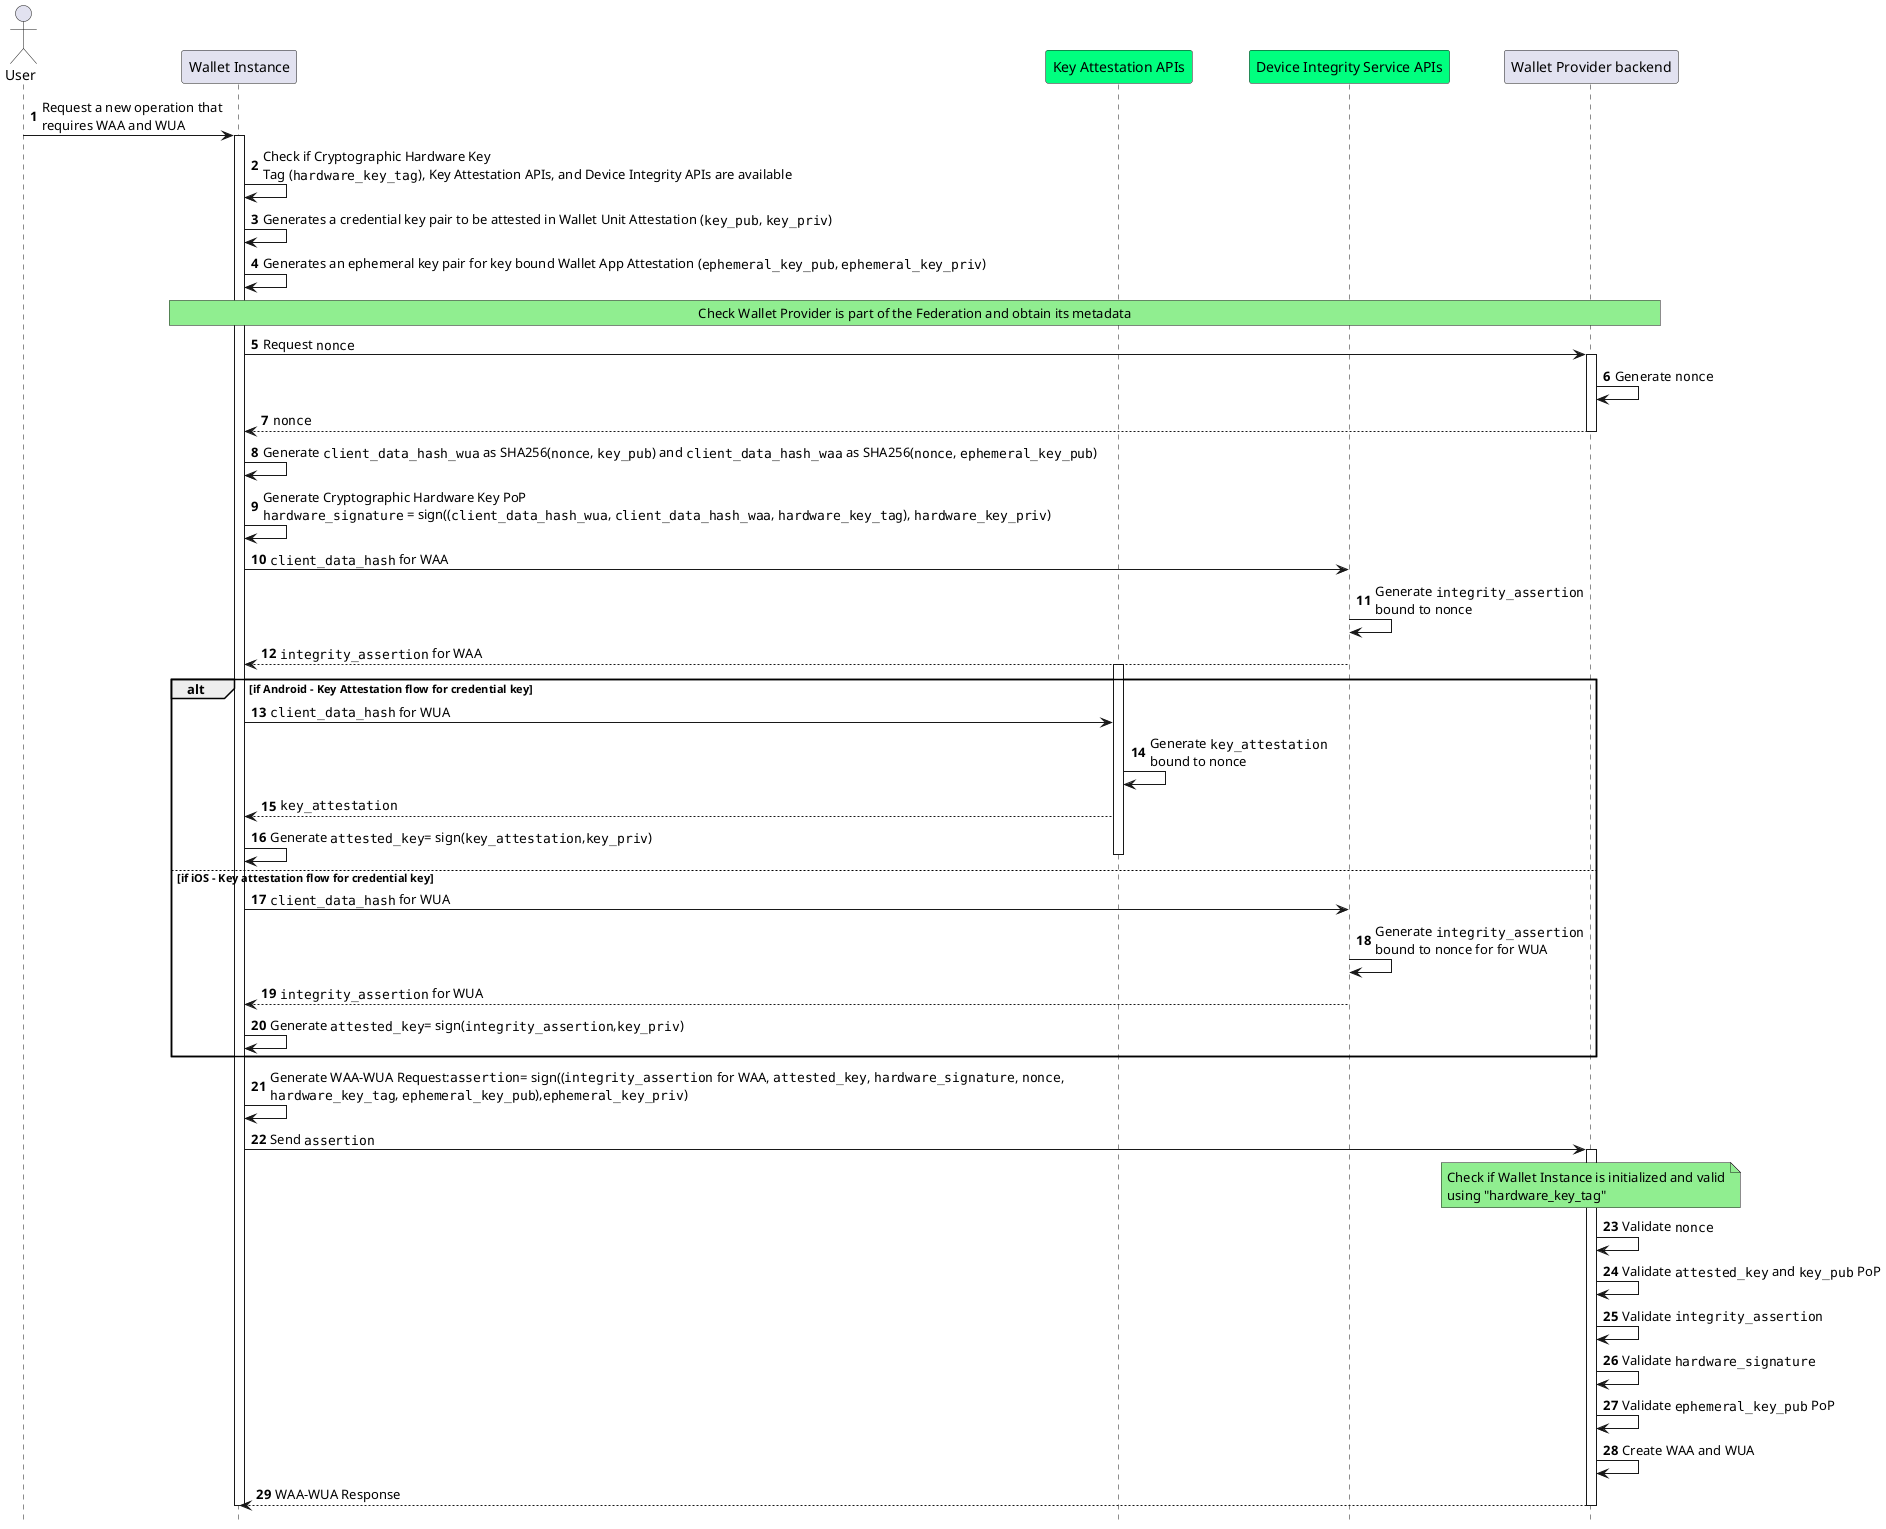
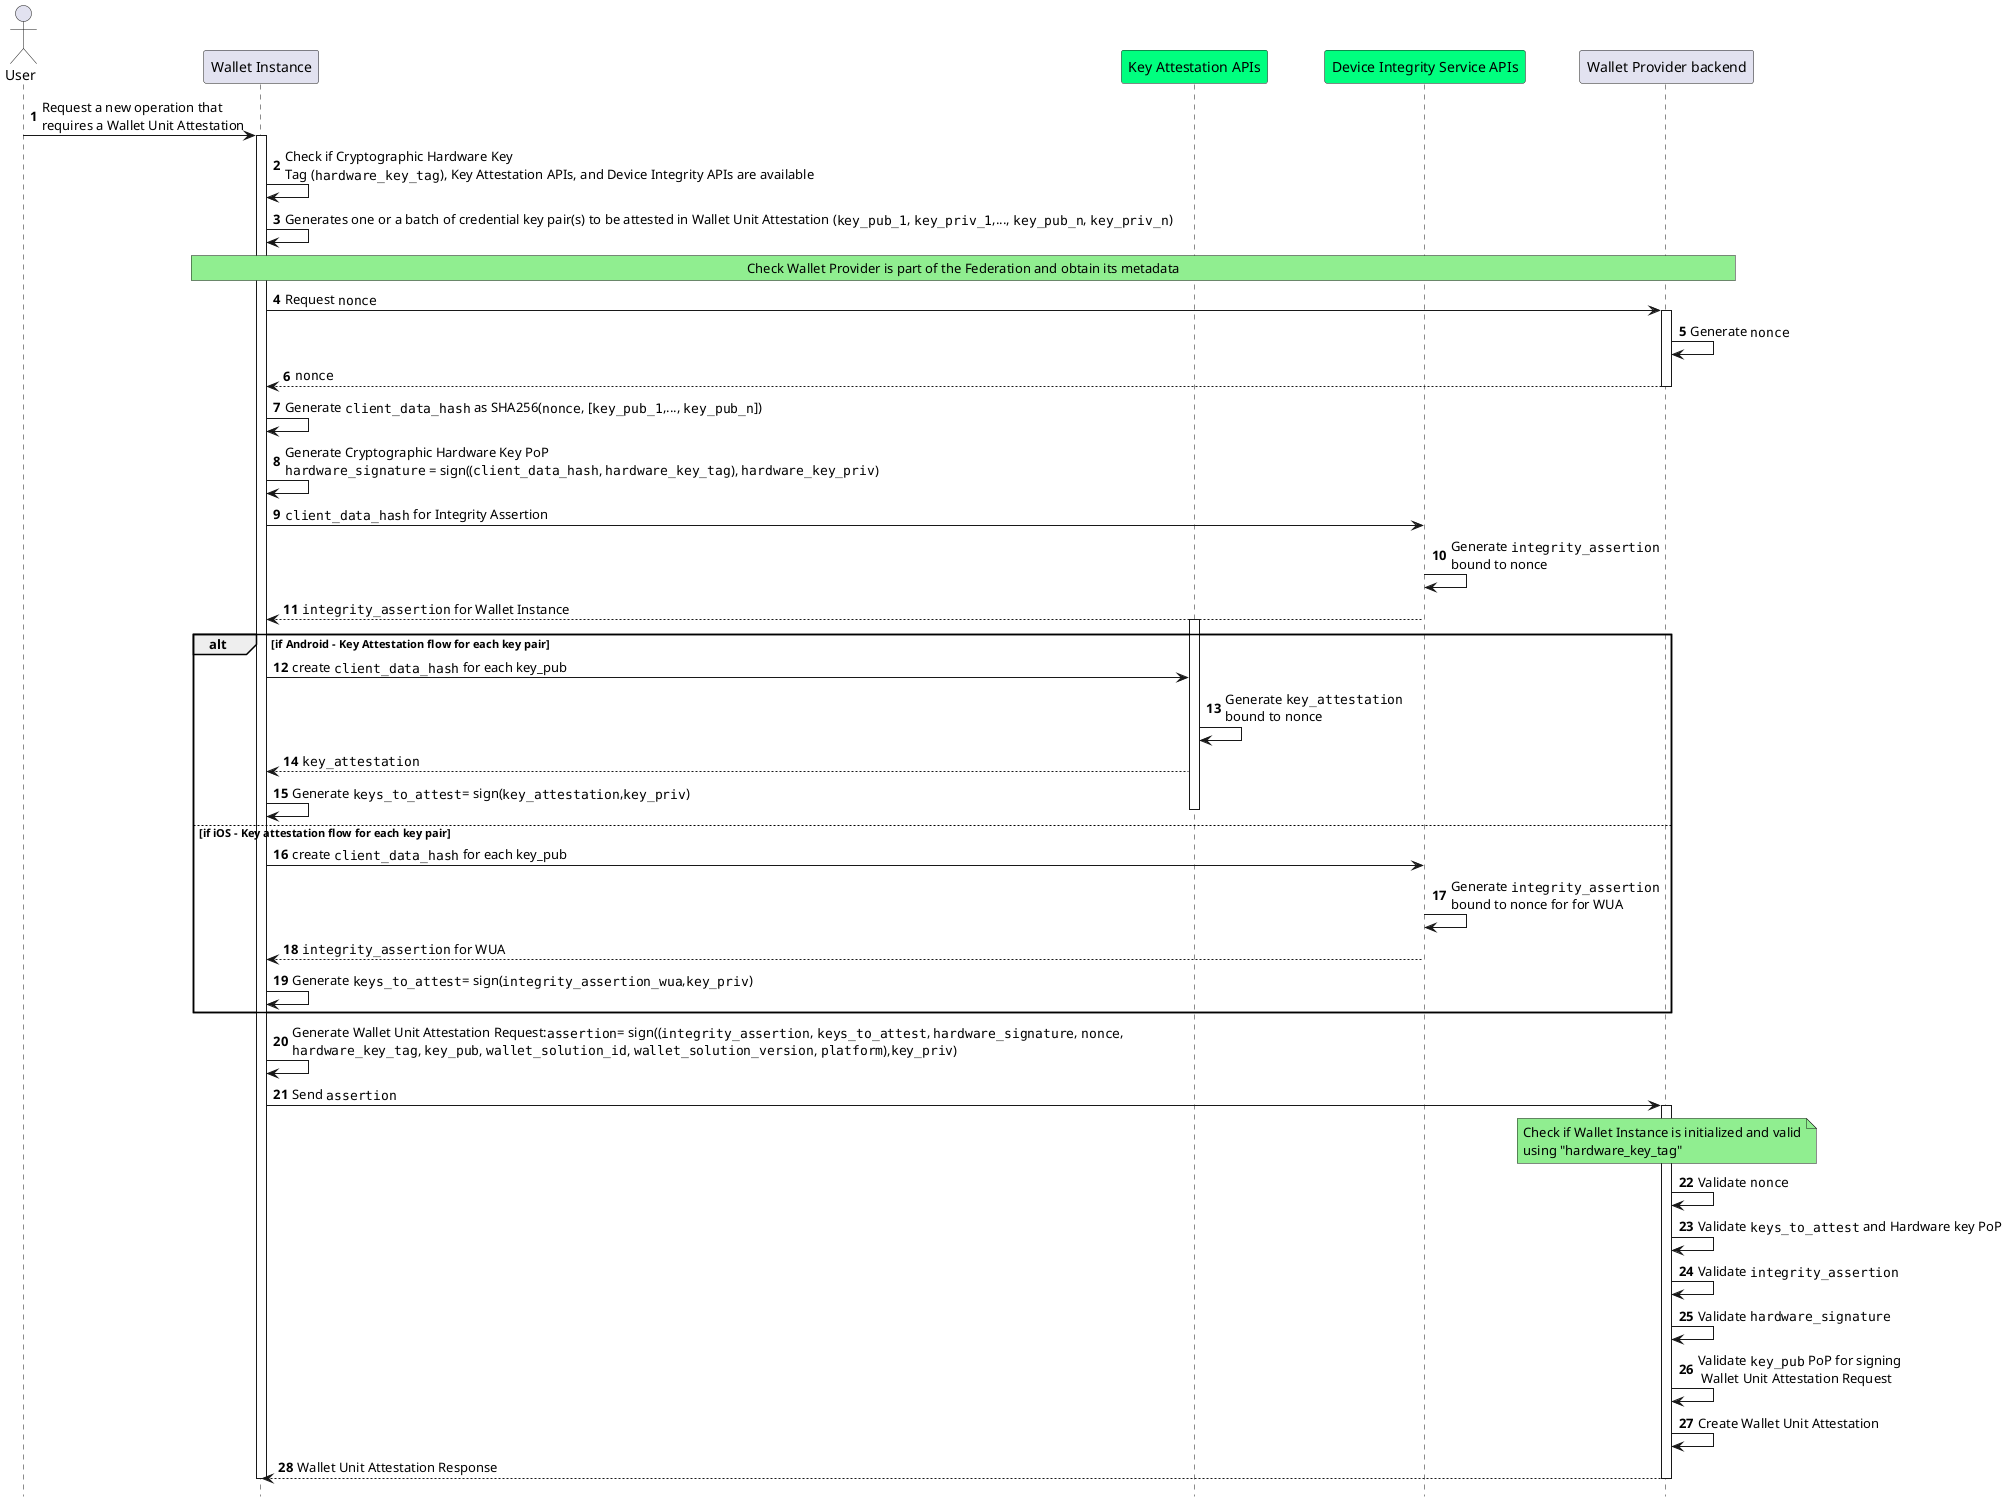
@startuml Wallet App and Wallet Unit Attestations Issuance
autonumber
hide footbox

'Participants
actor "User" as user
participant "Wallet Instance" as app
participant "Key Attestation APIs" as kats #springgreen
participant "Device Integrity Service APIs" as aats #springgreen
participant "Wallet Provider backend" as bck

- user->app: Request a new operation that\nrequires WAA and WUA
+ user->app: Request a new operation that\nrequires a Wallet Unit Attestation
activate app

app->app: Check if Cryptographic Hardware Key \nTag (""hardware_key_tag""), Key Attestation APIs, and Device Integrity APIs are available

- app->app: Generates a credential key pair to be attested in Wallet Unit Attestation (""key_pub"", ""key_priv"")
- app->app: Generates an ephemeral key pair for key bound Wallet App Attestation (""ephemeral_key_pub"", ""ephemeral_key_priv"")
+ app->app: Generates one or a batch of credential key pair(s) to be attested in Wallet Unit Attestation (""key_pub_1"", ""key_priv_1"",..., ""key_pub_n"", ""key_priv_n"")

rnote over app,bck #LIGHTGREEN
Check Wallet Provider is part of the Federation and obtain its metadata
endrnote

app->bck: Request ""nonce""
activate bck

bck->bck: Generate ""nonce""

bck-->app: ""nonce""
deactivate bck


- app->app: Generate ""client_data_hash_wua"" as SHA256(""nonce"", ""key_pub"") and ""client_data_hash_waa"" as SHA256(""nonce"", ""ephemeral_key_pub"")
+ app->app: Generate ""client_data_hash"" as SHA256(""nonce"", [""key_pub_1"",..., ""key_pub_n""])

- app->app: Generate Cryptographic Hardware Key PoP\n""hardware_signature"" = sign((""client_data_hash_wua"", ""client_data_hash_waa"", ""hardware_key_tag""), ""hardware_key_priv"")
+ app->app: Generate Cryptographic Hardware Key PoP\n""hardware_signature"" = sign((""client_data_hash"", ""hardware_key_tag""), ""hardware_key_priv"")

- app->aats: ""client_data_hash"" for WAA
+ app->aats: ""client_data_hash"" for Integrity Assertion
aats->aats: Generate ""integrity_assertion""\nbound to nonce
- aats-->app: ""integrity_assertion"" for WAA
+ aats-->app: ""integrity_assertion"" for Wallet Instance

- alt if Android - Key Attestation flow for credential key
+ alt if Android - Key Attestation flow for each key pair

activate kats

- app->kats: ""client_data_hash"" for WUA
+ app->kats: create ""client_data_hash"" for each key_pub

kats->kats: Generate ""key_attestation""\nbound to nonce

kats-->app: ""key_attestation""
- app->app : Generate ""attested_key""= sign(""key_attestation"",""key_priv"")
+ app->app : Generate ""keys_to_attest""= sign(""key_attestation"",""key_priv"")

deactivate kats

- else if iOS - Key attestation flow for credential key
+ else if iOS - Key attestation flow for each key pair

- app->aats: ""client_data_hash"" for WUA
+ app->aats: create ""client_data_hash"" for each key_pub
aats->aats: Generate ""integrity_assertion""\nbound to nonce for for WUA
aats-->app: ""integrity_assertion"" for WUA
- app->app : Generate ""attested_key""= sign(""integrity_assertion"",""key_priv"")
+ app->app : Generate ""keys_to_attest""= sign(""integrity_assertion_wua"",""key_priv"")
end


- app->app: Generate WAA-WUA Request:""assertion""= sign((""integrity_assertion"" for WAA, ""attested_key"", ""hardware_signature"", ""nonce"",\n""hardware_key_tag"", ""ephemeral_key_pub""),""ephemeral_key_priv"")
+ app->app: Generate Wallet Unit Attestation Request:""assertion""= sign((""integrity_assertion"", ""keys_to_attest"", ""hardware_signature"", ""nonce"",\n""hardware_key_tag"", ""key_pub"", ""wallet_solution_id"", ""wallet_solution_version"", ""platform""),""key_priv"")
app->bck: Send ""assertion""
activate bck
Note over bck, bck #LIGHTGREEN
Check if Wallet Instance is initialized and valid
using "hardware_key_tag"
End note

bck->bck: Validate ""nonce""
- bck->bck: Validate ""attested_key"" and ""key_pub"" PoP
+ bck->bck: Validate ""keys_to_attest"" and Hardware key PoP
bck->bck: Validate ""integrity_assertion""
bck->bck: Validate ""hardware_signature""
- bck->bck: Validate ""ephemeral_key_pub"" PoP
- bck->bck: Create WAA and WUA
+ bck->bck: Validate ""key_pub"" PoP for signing\n Wallet Unit Attestation Request
+ bck->bck: Create Wallet Unit Attestation


- bck-->app: WAA-WUA Response
+ bck-->app: Wallet Unit Attestation Response

deactivate bck
deactivate app
@enduml